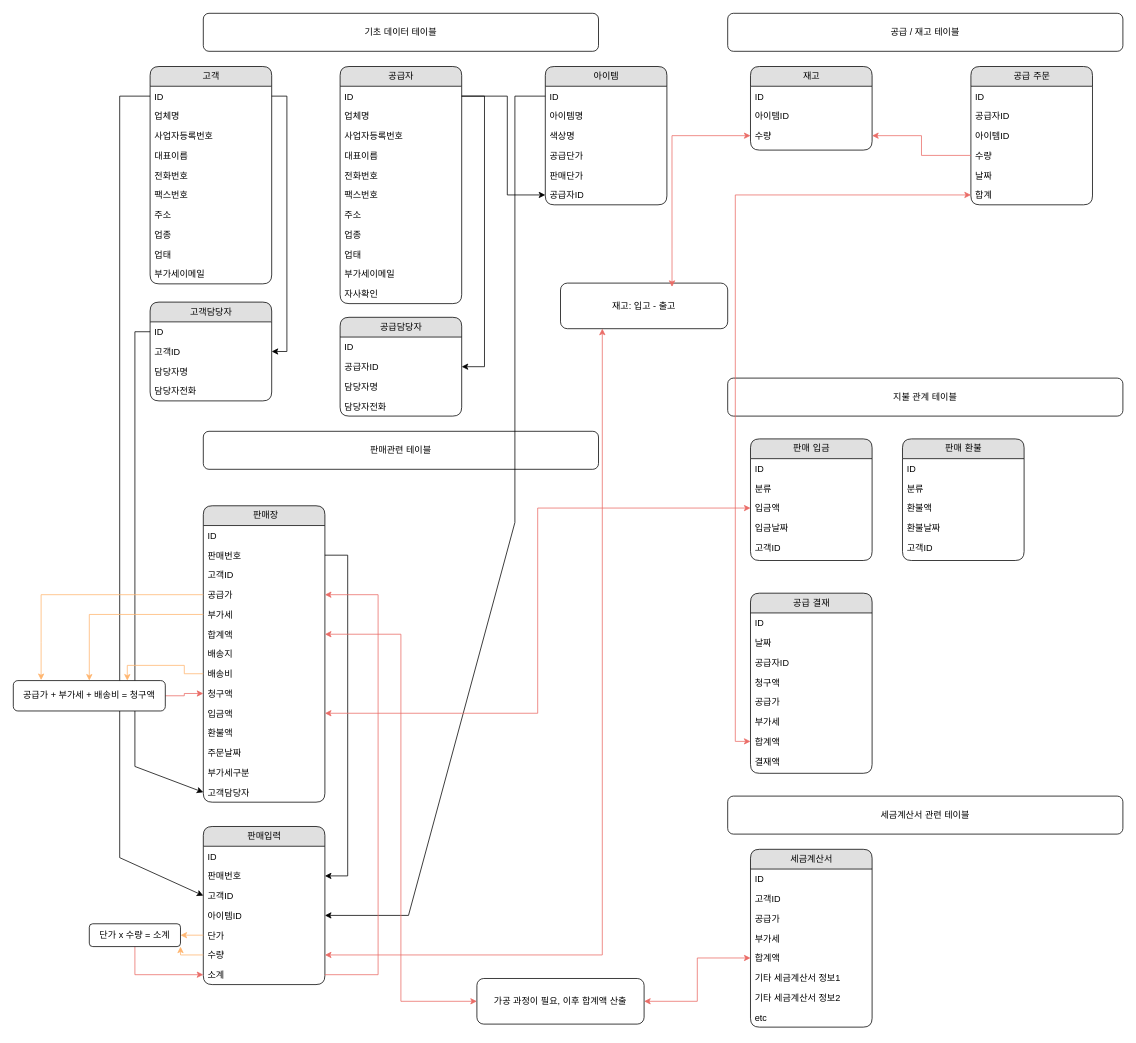
Above: page "Page-1" (1 of 2) of git_바코플로우.drawio in ndism/baco2 (draw.io), before the change. Source tidied: cells renumbered, new cells numbered last; positions are measured from the earlier drawing's top-left corner, leaving out a move shared by most shapes. Both pictures are drawn from the tidied source at 76%, with x=0, y=0 at pixel (13, 13).
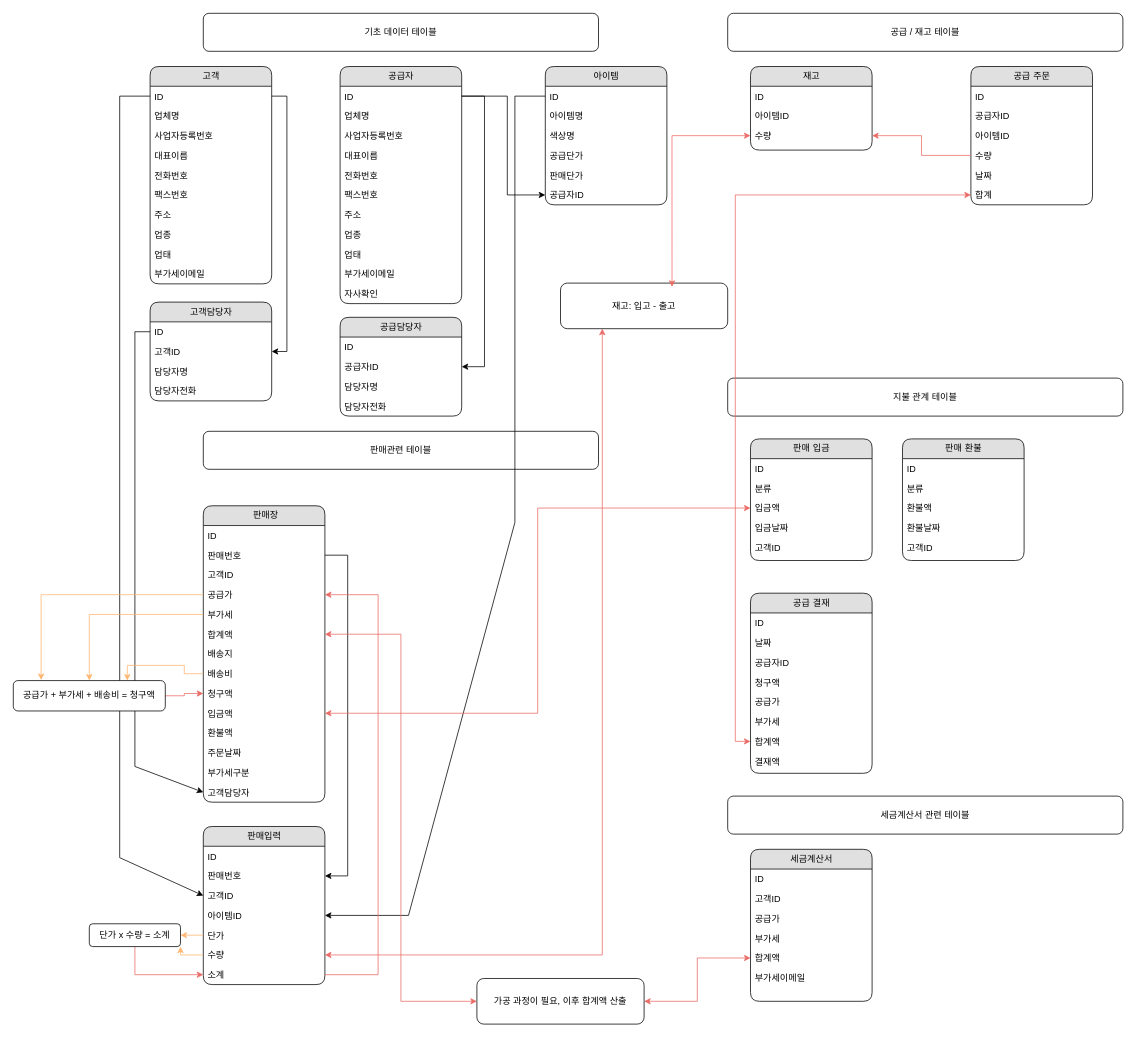
After the change.

Commit message:
Update git_바코플로우.drawio

The edit, as a diff of the source:
```diff
@@
     <mxCell id="124" value="세금계산서" style="swimlane;html=1;fontStyle=0;horizontal=1;startSize=26;fillColor=#e0e0e0;swimlaneFillColor=#ffffff;align=center;rounded=1;shadow=0;comic=0;labelBackgroundColor=none;strokeWidth=1;fontFamily=Verdana;fontSize=12;" parent="1" vertex="1">
-      <mxGeometry x="970" y="1100" width="160" height="234" as="geometry" />
+      <mxGeometry x="970" y="1100" width="160" height="200" as="geometry" />
     </mxCell>
@@
-    <mxCell id="130" value="기타 세금계산서 정보1" style="text;html=1;strokeColor=none;fillColor=none;spacingLeft=4;spacingRight=4;whiteSpace=wrap;overflow=hidden;" parent="124" vertex="1">
+    <mxCell id="130" value="부가세이메일" style="text;html=1;strokeColor=none;fillColor=none;spacingLeft=4;spacingRight=4;whiteSpace=wrap;overflow=hidden;" parent="124" vertex="1">
       <mxGeometry y="156" width="160" height="26" as="geometry" />
     </mxCell>
-    <mxCell id="131" value="기타 세금계산서 정보2" style="text;html=1;strokeColor=none;fillColor=none;spacingLeft=4;spacingRight=4;whiteSpace=wrap;overflow=hidden;" parent="124" vertex="1">
-      <mxGeometry y="182" width="160" height="26" as="geometry" />
-    </mxCell>
-    <mxCell id="132" value="etc" style="text;html=1;strokeColor=none;fillColor=none;spacingLeft=4;spacingRight=4;whiteSpace=wrap;overflow=hidden;" parent="124" vertex="1">
-      <mxGeometry y="208" width="160" height="26" as="geometry" />
-    </mxCell>
```
